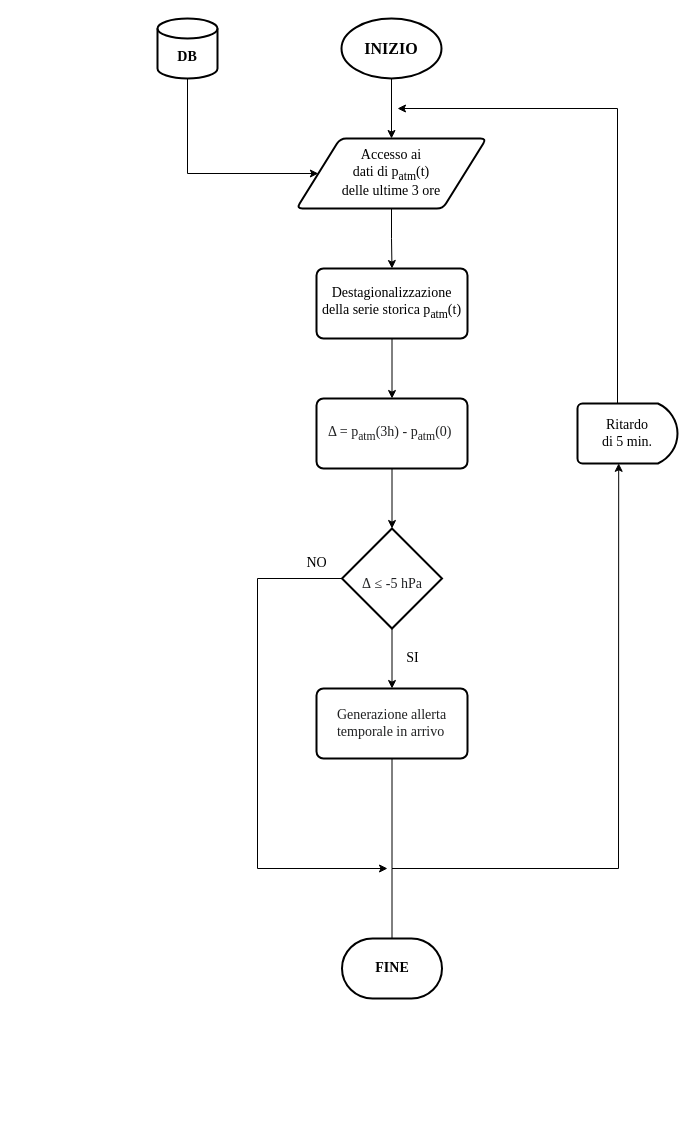
This is Alerts criteria/Diagrammi di flusso/Pressione atmosferica.drawio from matteoverzeroli/LVSEmergency, a draw.io file, before an edit. Source tidied: cells renumbered, new cells numbered last; positions are measured from the earlier drawing's top-left corner, leaving out a move shared by most shapes. Both pictures are drawn from the tidied source at 100%, with x=0, y=0 at pixel (157, 18).
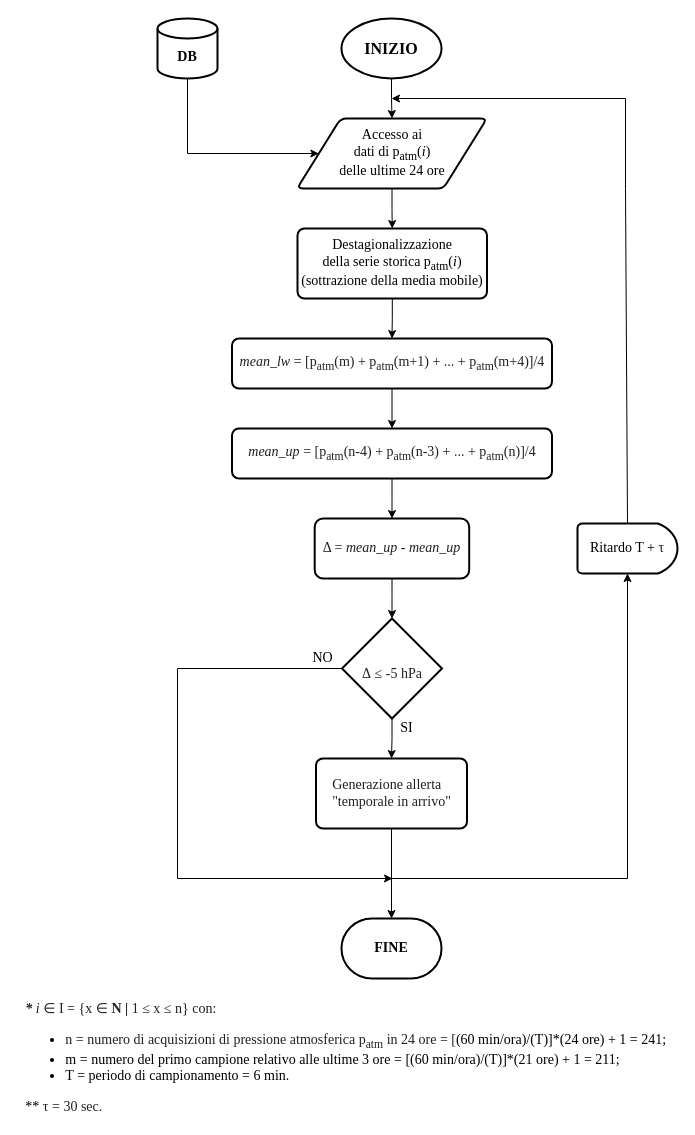
The same page after the edit.

Commit message (it also covers changes not shown here):
Revisione flow chart pressione atmosferica

The change refers to these unchanged cells:
```xml
<mxCell id="5" value="&lt;br&gt;&lt;b&gt;DB&lt;/b&gt;" style="strokeWidth=2;html=1;shape=mxgraph.flowchart.database;whiteSpace=wrap;fontFamily=Times New Roman;fontSize=14;" parent="1" vertex="1">
  <mxGeometry width="60" height="60" as="geometry" />
</mxCell>
```

Change to the diagram source:
```diff
@@
     <mxCell id="4" style="edgeStyle=orthogonalEdgeStyle;rounded=0;jettySize=auto;html=1;entryX=0;entryY=0.5;entryDx=0;entryDy=0;fontFamily=Times New Roman;fontSize=14;" parent="1" edge="1" source="5" target="7">
       <mxGeometry relative="1" as="geometry">
         <Array as="points">
-          <mxPoint x="30" y="155" />
+          <mxPoint x="30" y="135" />
         </Array>
       </mxGeometry>
     </mxCell>
@@
-    <mxCell id="7" value="Accesso ai&lt;br&gt;dati di p&lt;sub&gt;atm&lt;/sub&gt;(t)&lt;br&gt;delle ultime 3 ore" style="shape=parallelogram;html=1;strokeWidth=2;perimeter=parallelogramPerimeter;whiteSpace=wrap;rounded=1;arcSize=12;size=0.23;fontFamily=Times New Roman;fontSize=14;" parent="1" vertex="1">
-      <mxGeometry x="139" y="120" width="190" height="70" as="geometry" />
+    <mxCell id="7" value="Accesso ai&lt;br&gt;dati di p&lt;sub&gt;atm&lt;/sub&gt;(&lt;i&gt;i&lt;/i&gt;)&lt;br&gt;delle ultime 24 ore" style="shape=parallelogram;html=1;strokeWidth=2;perimeter=parallelogramPerimeter;whiteSpace=wrap;rounded=1;arcSize=12;size=0.23;fontFamily=Times New Roman;fontSize=14;" parent="1" vertex="1">
+      <mxGeometry x="139.5" y="100" width="190" height="70" as="geometry" />
     </mxCell>
@@
-    <mxCell id="9" value="Destagionalizzazione&lt;br&gt;della serie storica p&lt;sub&gt;atm&lt;/sub&gt;(t)" style="rounded=1;whiteSpace=wrap;html=1;absoluteArcSize=1;arcSize=14;strokeWidth=2;fontFamily=Times New Roman;fontSize=14;" parent="1" vertex="1">
-      <mxGeometry x="159" y="250" width="151" height="70" as="geometry" />
+    <mxCell id="9" value="Destagionalizzazione&lt;br&gt;della serie storica p&lt;sub&gt;atm&lt;/sub&gt;(&lt;i&gt;i&lt;/i&gt;)&lt;br&gt;(sottrazione della media mobile)" style="rounded=1;whiteSpace=wrap;html=1;absoluteArcSize=1;arcSize=14;strokeWidth=2;fontFamily=Times New Roman;fontSize=14;" parent="1" vertex="1">
+      <mxGeometry x="140" y="210" width="189.5" height="70" as="geometry" />
     </mxCell>
-    <mxCell id="10" style="edgeStyle=orthogonalEdgeStyle;rounded=0;jettySize=auto;html=1;entryX=0.5;entryY=0;entryDx=0;entryDy=0;entryPerimeter=0;fontFamily=Times New Roman;fontSize=28;" parent="1" edge="1" source="11" target="14">
-      <mxGeometry relative="1" as="geometry" />
-    </mxCell>
+    <mxCell id="23" style="edgeStyle=orthogonalEdgeStyle;rounded=0;jettySize=auto;html=1;entryX=0.5;entryY=0;entryDx=0;entryDy=0;fontFamily=Times New Roman;fontSize=14;" parent="1" edge="1" source="11" target="27">
+      <mxGeometry relative="1" as="geometry" />
+    </mxCell>
-    <mxCell id="11" value="&lt;span style=&quot;color: rgb(32 , 33 , 34) ; text-align: left ; background-color: rgb(255 , 255 , 255)&quot;&gt;Δ = p&lt;sub&gt;atm&lt;/sub&gt;(3h) - p&lt;sub&gt;atm&lt;/sub&gt;(0)&amp;nbsp;&lt;/span&gt;" style="rounded=1;whiteSpace=wrap;html=1;absoluteArcSize=1;arcSize=14;strokeWidth=2;fontFamily=Times New Roman;fontSize=14;" parent="1" vertex="1">
-      <mxGeometry x="159" y="380" width="151" height="70" as="geometry" />
+    <mxCell id="11" value="&lt;div style=&quot;text-align: left&quot;&gt;&lt;font color=&quot;#202122&quot;&gt;&lt;span style=&quot;background-color: rgb(255 , 255 , 255)&quot;&gt;&lt;i&gt;mean_lw&lt;/i&gt; = [p&lt;sub&gt;atm&lt;/sub&gt;(m) + p&lt;sub&gt;atm&lt;/sub&gt;(m+1) + ... + p&lt;sub&gt;atm&lt;/sub&gt;(m+4)]/4&lt;/span&gt;&lt;/font&gt;&lt;/div&gt;" style="rounded=1;whiteSpace=wrap;html=1;absoluteArcSize=1;arcSize=14;strokeWidth=2;fontFamily=Times New Roman;fontSize=14;" parent="1" vertex="1">
+      <mxGeometry x="74.5" y="320" width="320" height="50" as="geometry" />
     </mxCell>
@@
-    <mxCell id="13" style="edgeStyle=orthogonalEdgeStyle;rounded=0;jettySize=auto;html=1;fontFamily=Times New Roman;fontSize=14;" parent="1" edge="1" source="14">
-      <mxGeometry relative="1" as="geometry">
-        <mxPoint x="230" y="850" as="targetPoint" />
-        <Array as="points">
-          <mxPoint x="100" y="560" />
-          <mxPoint x="100" y="850" />
-        </Array>
-      </mxGeometry>
-    </mxCell>
     <mxCell id="14" value="&lt;font style=&quot;font-size: 14px&quot;&gt;&lt;span style=&quot;color: rgb(32 , 33 , 34) ; text-align: left ; background-color: rgb(255 , 255 , 255)&quot;&gt;Δ&amp;nbsp;&lt;/span&gt;&lt;span style=&quot;color: rgb(32 , 33 , 36) ; text-align: left ; background-color: rgb(255 , 255 , 255)&quot;&gt;≤ -5 hPa&lt;/span&gt;&lt;/font&gt;" style="strokeWidth=2;html=1;shape=mxgraph.flowchart.decision;whiteSpace=wrap;fontFamily=Times New Roman;fontSize=28;" parent="1" vertex="1">
-      <mxGeometry x="184.5" y="510" width="100" height="100" as="geometry" />
+      <mxGeometry x="184.5" y="600" width="100" height="100" as="geometry" />
     </mxCell>
-    <mxCell id="15" style="edgeStyle=orthogonalEdgeStyle;rounded=0;jettySize=auto;html=1;fontFamily=Times New Roman;fontSize=14;" parent="1" edge="1" source="16">
-      <mxGeometry relative="1" as="geometry">
-        <mxPoint x="234.5" y="960" as="targetPoint" />
-      </mxGeometry>
-    </mxCell>
+    <mxCell id="24" style="edgeStyle=orthogonalEdgeStyle;rounded=0;jettySize=auto;html=1;entryX=0.5;entryY=0;entryDx=0;entryDy=0;entryPerimeter=0;fontFamily=Times New Roman;fontSize=14;" parent="1" edge="1" source="16" target="22">
+      <mxGeometry relative="1" as="geometry" />
+    </mxCell>
-    <mxCell id="16" value="&lt;div style=&quot;text-align: left&quot;&gt;&lt;font color=&quot;#202122&quot;&gt;&lt;span style=&quot;background-color: rgb(255 , 255 , 255)&quot;&gt;Generazione allerta&lt;/span&gt;&lt;/font&gt;&lt;/div&gt;&lt;div style=&quot;text-align: left&quot;&gt;&lt;font color=&quot;#202122&quot;&gt;&lt;span style=&quot;background-color: rgb(255 , 255 , 255)&quot;&gt;temporale in arrivo&lt;/span&gt;&lt;/font&gt;&lt;/div&gt;" style="rounded=1;whiteSpace=wrap;html=1;absoluteArcSize=1;arcSize=14;strokeWidth=2;fontFamily=Times New Roman;fontSize=14;" parent="1" vertex="1">
-      <mxGeometry x="159" y="670" width="151" height="70" as="geometry" />
+    <mxCell id="16" value="&lt;div style=&quot;text-align: left&quot;&gt;&lt;font color=&quot;#202122&quot;&gt;&lt;span style=&quot;background-color: rgb(255 , 255 , 255)&quot;&gt;Generazione allerta&lt;/span&gt;&lt;/font&gt;&lt;/div&gt;&lt;div style=&quot;text-align: left&quot;&gt;&lt;font color=&quot;#202122&quot;&gt;&lt;span style=&quot;background-color: rgb(255 , 255 , 255)&quot;&gt;&quot;temporale in arrivo&quot;&lt;/span&gt;&lt;/font&gt;&lt;/div&gt;" style="rounded=1;whiteSpace=wrap;html=1;absoluteArcSize=1;arcSize=14;strokeWidth=2;fontFamily=Times New Roman;fontSize=14;" parent="1" vertex="1">
+      <mxGeometry x="158.5" y="740" width="151" height="70" as="geometry" />
     </mxCell>
     <mxCell id="17" value="SI" style="text;html=1;align=center;verticalAlign=middle;strokeColor=none;fillColor=none;fontSize=14;fontFamily=Times New Roman;" parent="1" vertex="1">
-      <mxGeometry x="240" y="630" width="30" height="20" as="geometry" />
+      <mxGeometry x="234" y="700" width="30" height="20" as="geometry" />
     </mxCell>
     <mxCell id="18" value="NO" style="text;html=1;align=center;verticalAlign=middle;strokeColor=none;fillColor=none;fontSize=14;fontFamily=Times New Roman;" parent="1" vertex="1">
-      <mxGeometry x="139" y="535" width="40" height="20" as="geometry" />
+      <mxGeometry x="144.5" y="630" width="40" height="20" as="geometry" />
     </mxCell>
-    <mxCell id="19" value="Ritardo &lt;br&gt;di 5 min." style="strokeWidth=2;html=1;shape=mxgraph.flowchart.delay;whiteSpace=wrap;fontFamily=Times New Roman;fontSize=14;" parent="1" vertex="1">
-      <mxGeometry x="420" y="385" width="100" height="60" as="geometry" />
+    <mxCell id="19" value="Ritardo T +&amp;nbsp;&lt;span style=&quot;color: rgb(32 , 33 , 34) ; text-align: justify ; background-color: rgb(255 , 255 , 255)&quot;&gt;τ&lt;/span&gt;" style="strokeWidth=2;html=1;shape=mxgraph.flowchart.delay;whiteSpace=wrap;fontFamily=Times New Roman;fontSize=14;" parent="1" vertex="1">
+      <mxGeometry x="420" y="505" width="100" height="50" as="geometry" />
     </mxCell>
-    <mxCell id="20" style="endArrow=classic;html=1;rounded=0;fontFamily=Times New Roman;fontSize=14;entryX=0.412;entryY=0.997;entryDx=0;entryDy=0;entryPerimeter=0;" parent="1" edge="1" target="19">
-      <mxGeometry relative="1" as="geometry">
-        <mxPoint x="234.5" y="850" as="sourcePoint" />
-        <Array as="points">
-          <mxPoint x="461" y="850" />
-        </Array>
-      </mxGeometry>
-    </mxCell>
-    <mxCell id="21" style="endArrow=classic;html=1;rounded=0;fontFamily=Times New Roman;fontSize=14;" parent="1" edge="1">
+    <mxCell id="21" style="endArrow=classic;html=1;rounded=0;fontFamily=Times New Roman;fontSize=14;exitX=0.5;exitY=0;exitDx=0;exitDy=0;exitPerimeter=0;" parent="1" edge="1" source="19">
       <mxGeometry relative="1" as="geometry">
-        <mxPoint x="460" y="385" as="sourcePoint" />
-        <mxPoint x="240" y="90" as="targetPoint" />
+        <mxPoint x="234" y="80" as="targetPoint" />
         <Array as="points">
-          <mxPoint x="460" y="90" />
+          <mxPoint x="468" y="170" />
+          <mxPoint x="468" y="80" />
         </Array>
       </mxGeometry>
     </mxCell>
     <mxCell id="22" value="&lt;b&gt;FINE&lt;/b&gt;" style="strokeWidth=2;html=1;shape=mxgraph.flowchart.terminator;whiteSpace=wrap;fontFamily=Times New Roman;fontSize=14;" parent="1" vertex="1">
-      <mxGeometry x="184.5" y="920" width="100" height="60" as="geometry" />
+      <mxGeometry x="184" y="900" width="100" height="60" as="geometry" />
     </mxCell>
+    <mxCell id="25" value="&lt;div style=&quot;text-align: justify&quot;&gt;&lt;span style=&quot;color: rgb(32 , 33 , 36) ; text-align: left ; background-color: rgb(255 , 255 , 255)&quot;&gt;&lt;i&gt;&lt;b&gt;*&amp;nbsp;&lt;/b&gt;i&amp;nbsp;&lt;/i&gt;&lt;/span&gt;&lt;span style=&quot;background-color: rgb(255 , 255 , 255) ; color: rgb(32 , 33 , 36)&quot;&gt;∈&amp;nbsp;&lt;/span&gt;&lt;span style=&quot;color: rgb(32 , 33 , 36) ; text-align: left ; background-color: rgb(255 , 255 , 255)&quot;&gt;I = {x ∈ &lt;b&gt;N | &lt;/b&gt;1&amp;nbsp;&lt;/span&gt;&lt;span style=&quot;color: rgb(32 , 33 , 36) ; text-align: left ; background-color: rgb(255 , 255 , 255)&quot;&gt;≤ x&amp;nbsp;&lt;/span&gt;&lt;span style=&quot;text-align: left ; background-color: rgb(255 , 255 , 255)&quot;&gt;&lt;font color=&quot;#202124&quot;&gt;≤ n} con:&lt;/font&gt;&lt;/span&gt;&lt;/div&gt;&lt;div style=&quot;text-align: justify&quot;&gt;&lt;ul&gt;&lt;li&gt;&lt;font color=&quot;#202124&quot; style=&quot;background-color: rgb(255 , 255 , 255)&quot;&gt;n = numero di acquisizioni di&amp;nbsp;&lt;/font&gt;&lt;font color=&quot;#202124&quot; style=&quot;background-color: rgb(255 , 255 , 255)&quot;&gt;pressione atmosferica p&lt;sub&gt;atm&lt;/sub&gt;&amp;nbsp;in 24 ore = [&lt;/font&gt;&lt;span style=&quot;background-color: rgb(255 , 255 , 255)&quot;&gt;(60 min/ora)/(T)]*(24 ore) + 1 = 241;&amp;nbsp;&lt;/span&gt;&lt;/li&gt;&lt;li&gt;m = numero del primo campione relativo alle ultime 3 ore = [(60 min/ora)/(T)]*(21 ore) + 1 = 211;&lt;/li&gt;&lt;li&gt;T = periodo di campionamento = 6 min.&lt;/li&gt;&lt;/ul&gt;&lt;div&gt;**&amp;nbsp;&lt;span style=&quot;color: rgb(32 , 33 , 34) ; background-color: rgb(255 , 255 , 255)&quot;&gt;τ = 30 sec.&lt;/span&gt;&lt;/div&gt;&lt;/div&gt;" style="text;html=1;align=center;verticalAlign=middle;strokeColor=none;fillColor=none;fontSize=14;fontFamily=Times New Roman;" parent="1" vertex="1">
+      <mxGeometry x="-140" y="980" width="660" height="120" as="geometry" />
+    </mxCell>
+    <mxCell id="26" style="edgeStyle=orthogonalEdgeStyle;rounded=0;jettySize=auto;html=1;fontFamily=Times New Roman;fontSize=14;" parent="1" edge="1" source="27" target="29">
+      <mxGeometry relative="1" as="geometry" />
+    </mxCell>
+    <mxCell id="27" value="&lt;div style=&quot;text-align: left&quot;&gt;&lt;font color=&quot;#202122&quot;&gt;&lt;span style=&quot;background-color: rgb(255 , 255 , 255)&quot;&gt;&lt;i&gt;mean_up&lt;/i&gt;&amp;nbsp;= [p&lt;sub&gt;atm&lt;/sub&gt;(n-4) + p&lt;sub&gt;atm&lt;/sub&gt;(n-3) + ... + p&lt;sub&gt;atm&lt;/sub&gt;(n)]/4&lt;/span&gt;&lt;/font&gt;&lt;/div&gt;" style="rounded=1;whiteSpace=wrap;html=1;absoluteArcSize=1;arcSize=14;strokeWidth=2;fontFamily=Times New Roman;fontSize=14;" parent="1" vertex="1">
+      <mxGeometry x="74.5" y="410" width="320" height="50" as="geometry" />
+    </mxCell>
+    <mxCell id="28" style="edgeStyle=orthogonalEdgeStyle;rounded=0;jettySize=auto;html=1;entryX=0.5;entryY=0;entryDx=0;entryDy=0;entryPerimeter=0;fontFamily=Times New Roman;fontSize=14;" parent="1" edge="1" source="29" target="14">
+      <mxGeometry relative="1" as="geometry" />
+    </mxCell>
+    <mxCell id="29" value="&lt;span style=&quot;color: rgb(32 , 33 , 34) ; text-align: left ; background-color: rgb(255 , 255 , 255)&quot;&gt;Δ = &lt;i&gt;mean_up - mean_up&lt;/i&gt;&lt;/span&gt;" style="whiteSpace=wrap;html=1;fontSize=14;fontFamily=Times New Roman;rounded=1;arcSize=14;strokeWidth=2;" parent="1" vertex="1">
+      <mxGeometry x="157.2" y="500" width="154.5" height="60" as="geometry" />
+    </mxCell>
+    <mxCell id="30" style="endArrow=classic;html=1;rounded=0;fontFamily=Times New Roman;fontSize=14;exitX=0;exitY=0.5;exitDx=0;exitDy=0;exitPerimeter=0;" parent="1" edge="1" source="14">
+      <mxGeometry relative="1" as="geometry">
+        <mxPoint x="235" y="860" as="targetPoint" />
+        <Array as="points">
+          <mxPoint x="20" y="650" />
+          <mxPoint x="20" y="860" />
+        </Array>
+      </mxGeometry>
+    </mxCell>
+    <mxCell id="31" style="endArrow=classic;html=1;rounded=0;fontFamily=Times New Roman;fontSize=14;entryX=0.5;entryY=1;entryDx=0;entryDy=0;entryPerimeter=0;" parent="1" edge="1" target="19">
+      <mxGeometry relative="1" as="geometry">
+        <mxPoint x="234.5" y="860" as="sourcePoint" />
+        <Array as="points">
+          <mxPoint x="470" y="860" />
+        </Array>
+      </mxGeometry>
+    </mxCell>
```
